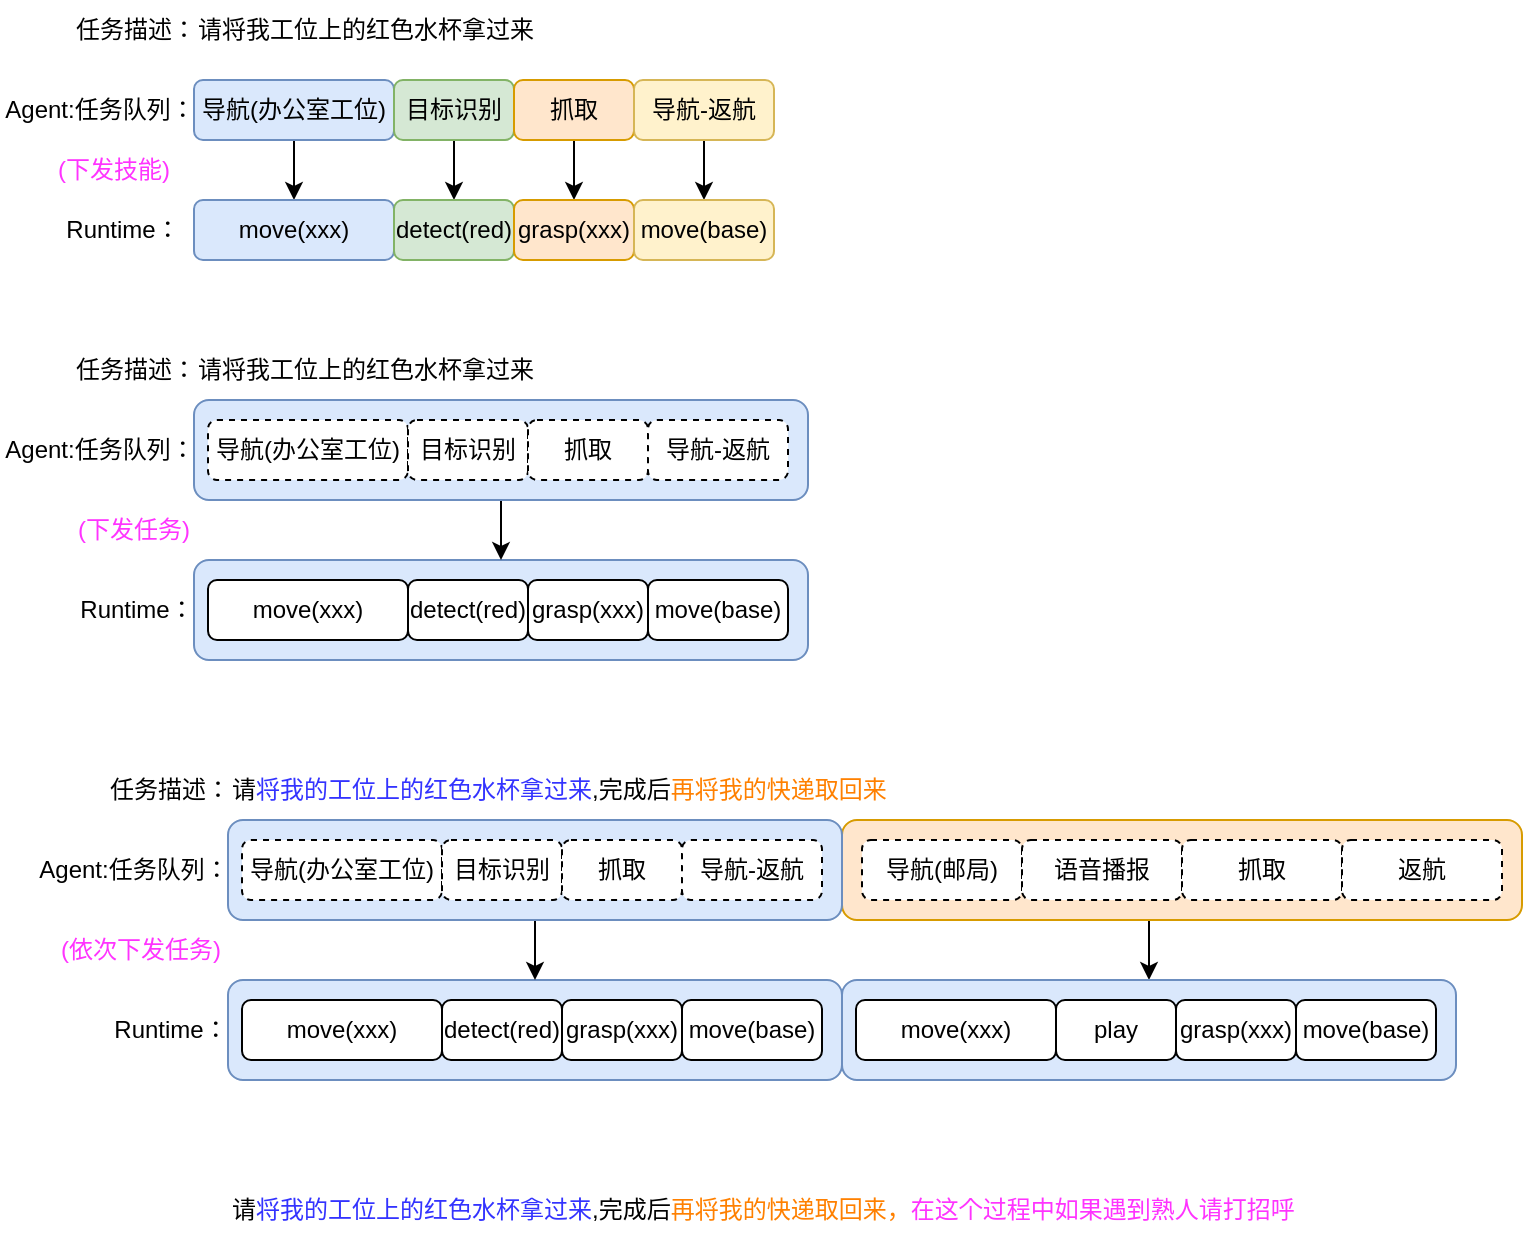
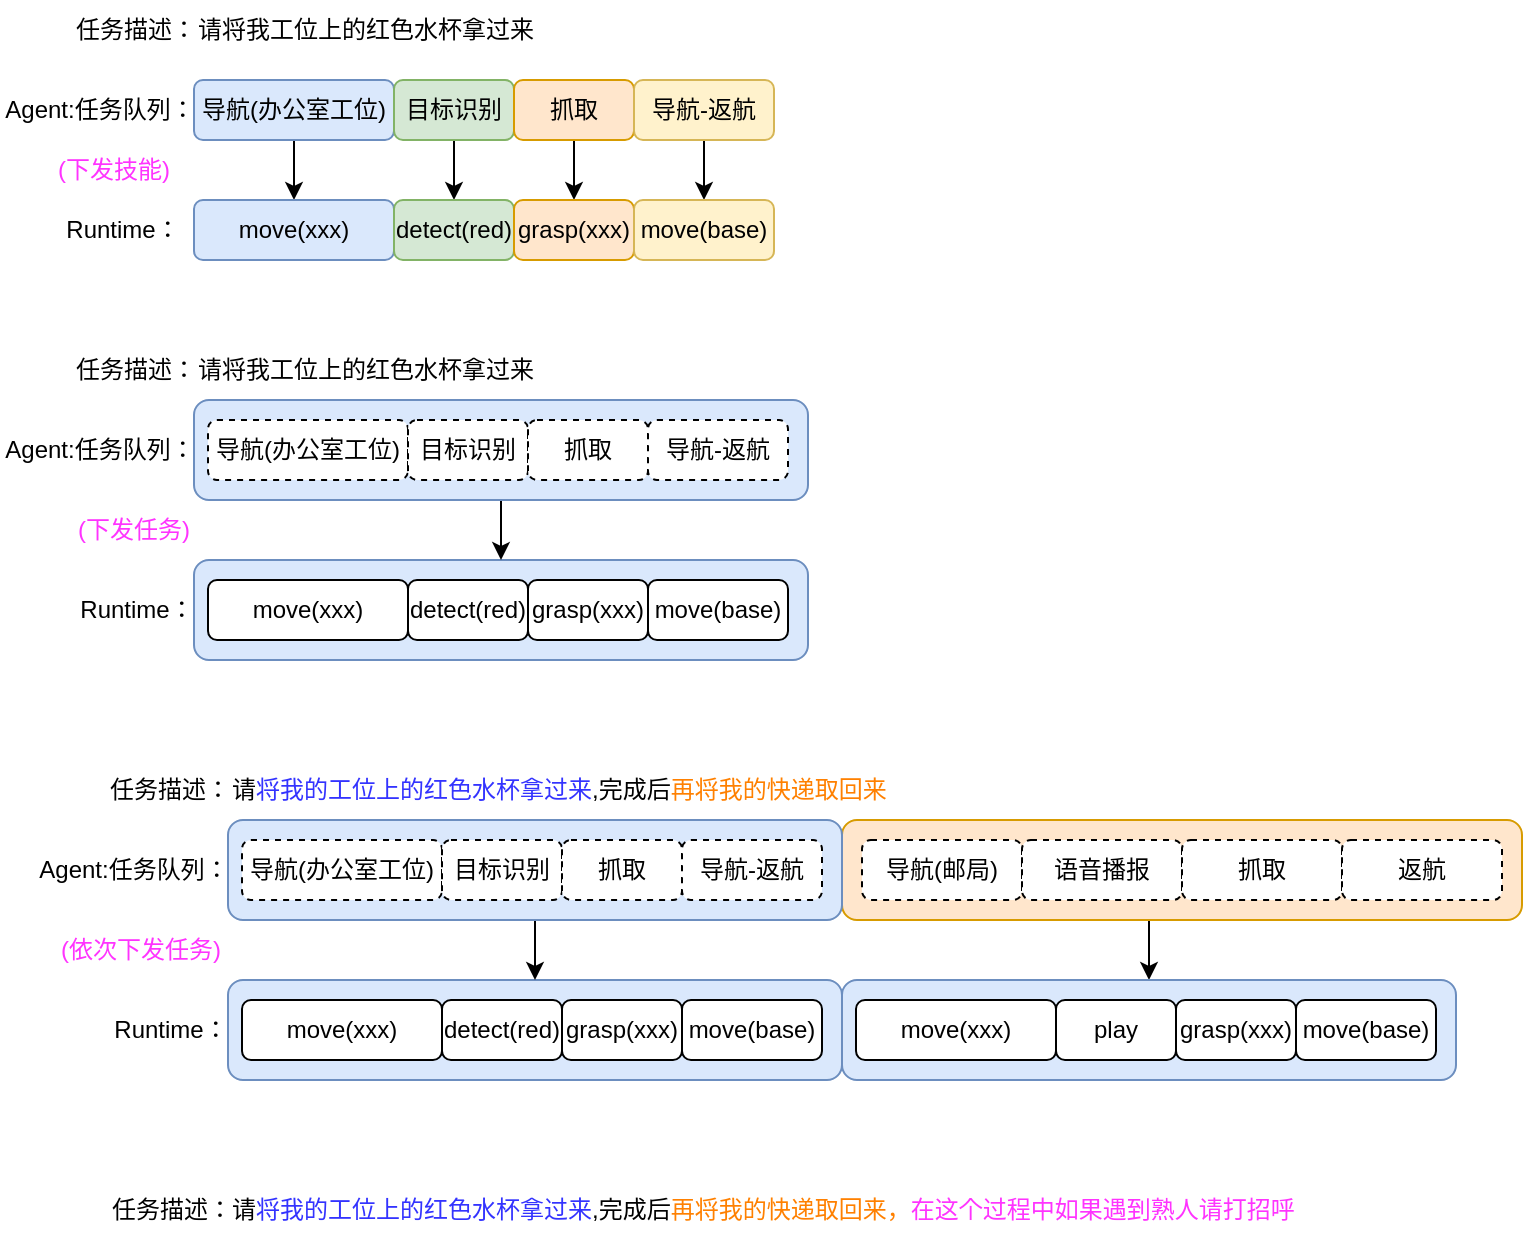
<mxfile host="app.diagrams.net">
  <diagram name="第 1 页" id="AqDmRzZVIJ-5uyctXJOA">
-     <mxGraphModel dx="927" dy="527" grid="1" gridSize="10" guides="1" tooltips="1" connect="1" arrows="1" fold="1" page="1" pageScale="1" pageWidth="2339" pageHeight="3300" math="0" shadow="0">
+     <mxGraphModel dx="1120" dy="637" grid="1" gridSize="10" guides="1" tooltips="1" connect="1" arrows="1" fold="1" page="1" pageScale="1" pageWidth="2339" pageHeight="3300" math="0" shadow="0">
      <root>
        <mxCell id="0" />
        <mxCell id="1" parent="0" />
        <mxCell id="TX6EBbOIm9mCNyf-wsjQ-69" edge="1" parent="1" source="TX6EBbOIm9mCNyf-wsjQ-63" style="edgeStyle=orthogonalEdgeStyle;rounded=0;orthogonalLoop=1;jettySize=auto;html=1;exitX=0.5;exitY=1;exitDx=0;exitDy=0;entryX=0.5;entryY=0;entryDx=0;entryDy=0;" target="TX6EBbOIm9mCNyf-wsjQ-64">
          <mxGeometry relative="1" as="geometry" />
        </mxCell>
        <mxCell id="TX6EBbOIm9mCNyf-wsjQ-63" parent="1" style="rounded=1;whiteSpace=wrap;html=1;fillColor=#ffe6cc;strokeColor=#d79b00;" value="" vertex="1">
          <mxGeometry height="50" width="340" x="444" y="740" as="geometry" />
        </mxCell>
        <mxCell id="TX6EBbOIm9mCNyf-wsjQ-37" parent="1" style="rounded=1;whiteSpace=wrap;html=1;fillColor=#dae8fc;strokeColor=#6c8ebf;" value="" vertex="1">
          <mxGeometry height="50" width="307" x="120" y="610" as="geometry" />
        </mxCell>
        <mxCell id="TX6EBbOIm9mCNyf-wsjQ-38" edge="1" parent="1" source="TX6EBbOIm9mCNyf-wsjQ-36" style="edgeStyle=orthogonalEdgeStyle;rounded=0;orthogonalLoop=1;jettySize=auto;html=1;exitX=0.5;exitY=1;exitDx=0;exitDy=0;entryX=0.5;entryY=0;entryDx=0;entryDy=0;" target="TX6EBbOIm9mCNyf-wsjQ-37">
          <mxGeometry relative="1" as="geometry" />
        </mxCell>
        <mxCell id="TX6EBbOIm9mCNyf-wsjQ-36" parent="1" style="rounded=1;whiteSpace=wrap;html=1;fillColor=#dae8fc;strokeColor=#6c8ebf;" value="" vertex="1">
          <mxGeometry height="50" width="307" x="120" y="530" as="geometry" />
        </mxCell>
        <mxCell id="TX6EBbOIm9mCNyf-wsjQ-15" edge="1" parent="1" source="TX6EBbOIm9mCNyf-wsjQ-1" style="edgeStyle=orthogonalEdgeStyle;rounded=0;orthogonalLoop=1;jettySize=auto;html=1;exitX=0.5;exitY=1;exitDx=0;exitDy=0;entryX=0.5;entryY=0;entryDx=0;entryDy=0;" target="TX6EBbOIm9mCNyf-wsjQ-11">
          <mxGeometry relative="1" as="geometry" />
        </mxCell>
        <mxCell id="TX6EBbOIm9mCNyf-wsjQ-1" parent="1" style="rounded=1;whiteSpace=wrap;html=1;fillColor=#dae8fc;strokeColor=#6c8ebf;" value="导航(办公室工位)" vertex="1">
          <mxGeometry height="30" width="100" x="120" y="370" as="geometry" />
        </mxCell>
        <mxCell id="TX6EBbOIm9mCNyf-wsjQ-2" parent="1" style="text;html=1;whiteSpace=wrap;strokeColor=none;fillColor=none;align=center;verticalAlign=middle;rounded=0;" value="Agent:任务队列：" vertex="1">
          <mxGeometry height="30" width="100" x="23" y="370" as="geometry" />
        </mxCell>
        <mxCell id="TX6EBbOIm9mCNyf-wsjQ-3" parent="1" style="text;html=1;whiteSpace=wrap;strokeColor=none;fillColor=none;align=center;verticalAlign=middle;rounded=0;" value="任务描述：" vertex="1">
          <mxGeometry height="30" width="70" x="56" y="330" as="geometry" />
        </mxCell>
        <mxCell id="TX6EBbOIm9mCNyf-wsjQ-4" parent="1" style="text;html=1;whiteSpace=wrap;strokeColor=none;fillColor=none;align=left;verticalAlign=middle;rounded=0;" value="请将我工位上的红色水杯拿过来" vertex="1">
          <mxGeometry height="30" width="220" x="120" y="330" as="geometry" />
        </mxCell>
        <mxCell id="TX6EBbOIm9mCNyf-wsjQ-16" edge="1" parent="1" source="TX6EBbOIm9mCNyf-wsjQ-5" style="edgeStyle=orthogonalEdgeStyle;rounded=0;orthogonalLoop=1;jettySize=auto;html=1;exitX=0.5;exitY=1;exitDx=0;exitDy=0;entryX=0.5;entryY=0;entryDx=0;entryDy=0;" target="TX6EBbOIm9mCNyf-wsjQ-12">
          <mxGeometry relative="1" as="geometry" />
        </mxCell>
        <mxCell id="TX6EBbOIm9mCNyf-wsjQ-5" parent="1" style="rounded=1;whiteSpace=wrap;html=1;fillColor=#d5e8d4;strokeColor=#82b366;" value="目标识别" vertex="1">
          <mxGeometry height="30" width="60" x="220" y="370" as="geometry" />
        </mxCell>
        <mxCell id="TX6EBbOIm9mCNyf-wsjQ-17" edge="1" parent="1" source="TX6EBbOIm9mCNyf-wsjQ-6" style="edgeStyle=orthogonalEdgeStyle;rounded=0;orthogonalLoop=1;jettySize=auto;html=1;exitX=0.5;exitY=1;exitDx=0;exitDy=0;entryX=0.5;entryY=0;entryDx=0;entryDy=0;" target="TX6EBbOIm9mCNyf-wsjQ-13">
          <mxGeometry relative="1" as="geometry" />
        </mxCell>
        <mxCell id="TX6EBbOIm9mCNyf-wsjQ-6" parent="1" style="rounded=1;whiteSpace=wrap;html=1;fillColor=#ffe6cc;strokeColor=#d79b00;" value="抓取" vertex="1">
          <mxGeometry height="30" width="60" x="280" y="370" as="geometry" />
        </mxCell>
        <mxCell id="TX6EBbOIm9mCNyf-wsjQ-18" edge="1" parent="1" source="TX6EBbOIm9mCNyf-wsjQ-7" style="edgeStyle=orthogonalEdgeStyle;rounded=0;orthogonalLoop=1;jettySize=auto;html=1;exitX=0.5;exitY=1;exitDx=0;exitDy=0;entryX=0.5;entryY=0;entryDx=0;entryDy=0;" target="TX6EBbOIm9mCNyf-wsjQ-14">
          <mxGeometry relative="1" as="geometry" />
        </mxCell>
        <mxCell id="TX6EBbOIm9mCNyf-wsjQ-7" parent="1" style="rounded=1;whiteSpace=wrap;html=1;fillColor=#fff2cc;strokeColor=#d6b656;" value="导航-返航" vertex="1">
          <mxGeometry height="30" width="70" x="340" y="370" as="geometry" />
        </mxCell>
        <mxCell id="TX6EBbOIm9mCNyf-wsjQ-8" parent="1" style="text;html=1;whiteSpace=wrap;strokeColor=none;fillColor=none;align=center;verticalAlign=middle;rounded=0;" value="Runtime：" vertex="1">
          <mxGeometry height="30" width="57" x="56" y="430" as="geometry" />
        </mxCell>
        <mxCell id="TX6EBbOIm9mCNyf-wsjQ-11" parent="1" style="rounded=1;whiteSpace=wrap;html=1;fillColor=#dae8fc;strokeColor=#6c8ebf;" value="move(xxx)" vertex="1">
          <mxGeometry height="30" width="100" x="120" y="430" as="geometry" />
        </mxCell>
        <mxCell id="TX6EBbOIm9mCNyf-wsjQ-12" parent="1" style="rounded=1;whiteSpace=wrap;html=1;fillColor=#d5e8d4;strokeColor=#82b366;" value="detect(red)" vertex="1">
          <mxGeometry height="30" width="60" x="220" y="430" as="geometry" />
        </mxCell>
        <mxCell id="TX6EBbOIm9mCNyf-wsjQ-13" parent="1" style="rounded=1;whiteSpace=wrap;html=1;fillColor=#ffe6cc;strokeColor=#d79b00;" value="grasp(xxx)" vertex="1">
          <mxGeometry height="30" width="60" x="280" y="430" as="geometry" />
        </mxCell>
        <mxCell id="TX6EBbOIm9mCNyf-wsjQ-14" parent="1" style="rounded=1;whiteSpace=wrap;html=1;fillColor=#fff2cc;strokeColor=#d6b656;" value="move(base)" vertex="1">
          <mxGeometry height="30" width="70" x="340" y="430" as="geometry" />
        </mxCell>
        <mxCell id="TX6EBbOIm9mCNyf-wsjQ-19" parent="1" style="text;html=1;whiteSpace=wrap;strokeColor=none;fillColor=none;align=left;verticalAlign=middle;rounded=0;" value="请将我工位上的红色水杯拿过来" vertex="1">
          <mxGeometry height="30" width="220" x="120" y="500" as="geometry" />
        </mxCell>
        <mxCell id="TX6EBbOIm9mCNyf-wsjQ-20" parent="1" style="text;html=1;whiteSpace=wrap;strokeColor=none;fillColor=none;align=center;verticalAlign=middle;rounded=0;" value="任务描述：" vertex="1">
          <mxGeometry height="30" width="70" x="56" y="500" as="geometry" />
        </mxCell>
        <mxCell id="TX6EBbOIm9mCNyf-wsjQ-22" parent="1" style="rounded=1;whiteSpace=wrap;html=1;dashed=1;" value="导航(办公室工位)" vertex="1">
          <mxGeometry height="30" width="100" x="127" y="540" as="geometry" />
        </mxCell>
        <mxCell id="TX6EBbOIm9mCNyf-wsjQ-23" parent="1" style="text;html=1;whiteSpace=wrap;strokeColor=none;fillColor=none;align=center;verticalAlign=middle;rounded=0;" value="Agent:任务队列：" vertex="1">
          <mxGeometry height="30" width="100" x="23" y="540" as="geometry" />
        </mxCell>
        <mxCell id="TX6EBbOIm9mCNyf-wsjQ-25" parent="1" style="rounded=1;whiteSpace=wrap;html=1;dashed=1;" value="目标识别" vertex="1">
          <mxGeometry height="30" width="60" x="227" y="540" as="geometry" />
        </mxCell>
        <mxCell id="TX6EBbOIm9mCNyf-wsjQ-27" parent="1" style="rounded=1;whiteSpace=wrap;html=1;dashed=1;" value="抓取" vertex="1">
          <mxGeometry height="30" width="60" x="287" y="540" as="geometry" />
        </mxCell>
        <mxCell id="TX6EBbOIm9mCNyf-wsjQ-29" parent="1" style="rounded=1;whiteSpace=wrap;html=1;dashed=1;" value="导航-返航" vertex="1">
          <mxGeometry height="30" width="70" x="347" y="540" as="geometry" />
        </mxCell>
        <mxCell id="TX6EBbOIm9mCNyf-wsjQ-30" parent="1" style="text;html=1;whiteSpace=wrap;strokeColor=none;fillColor=none;align=center;verticalAlign=middle;rounded=0;" value="Runtime：" vertex="1">
          <mxGeometry height="30" width="57" x="62.5" y="620" as="geometry" />
        </mxCell>
        <mxCell id="TX6EBbOIm9mCNyf-wsjQ-31" parent="1" style="rounded=1;whiteSpace=wrap;html=1;" value="move(xxx)" vertex="1">
          <mxGeometry height="30" width="100" x="127" y="620" as="geometry" />
        </mxCell>
        <mxCell id="TX6EBbOIm9mCNyf-wsjQ-32" parent="1" style="rounded=1;whiteSpace=wrap;html=1;" value="detect(red)" vertex="1">
          <mxGeometry height="30" width="60" x="227" y="620" as="geometry" />
        </mxCell>
        <mxCell id="TX6EBbOIm9mCNyf-wsjQ-33" parent="1" style="rounded=1;whiteSpace=wrap;html=1;" value="grasp(xxx)" vertex="1">
          <mxGeometry height="30" width="60" x="287" y="620" as="geometry" />
        </mxCell>
        <mxCell id="TX6EBbOIm9mCNyf-wsjQ-34" parent="1" style="rounded=1;whiteSpace=wrap;html=1;" value="move(base)" vertex="1">
          <mxGeometry height="30" width="70" x="347" y="620" as="geometry" />
        </mxCell>
        <mxCell id="TX6EBbOIm9mCNyf-wsjQ-35" parent="1" style="text;html=1;whiteSpace=wrap;strokeColor=none;fillColor=none;align=center;verticalAlign=middle;rounded=0;fontColor=#FF33FF;" value="(下发技能)" vertex="1">
          <mxGeometry height="30" width="60" x="50" y="400" as="geometry" />
        </mxCell>
        <mxCell id="TX6EBbOIm9mCNyf-wsjQ-39" parent="1" style="text;html=1;whiteSpace=wrap;strokeColor=none;fillColor=none;align=center;verticalAlign=middle;rounded=0;fontColor=#FF33FF;" value="(下发任务)" vertex="1">
          <mxGeometry height="30" width="60" x="59.5" y="580" as="geometry" />
        </mxCell>
        <mxCell id="TX6EBbOIm9mCNyf-wsjQ-40" parent="1" style="rounded=1;whiteSpace=wrap;html=1;fillColor=#dae8fc;strokeColor=#6c8ebf;" value="" vertex="1">
          <mxGeometry height="50" width="307" x="137" y="820" as="geometry" />
        </mxCell>
        <mxCell id="TX6EBbOIm9mCNyf-wsjQ-41" edge="1" parent="1" source="TX6EBbOIm9mCNyf-wsjQ-42" style="edgeStyle=orthogonalEdgeStyle;rounded=0;orthogonalLoop=1;jettySize=auto;html=1;exitX=0.5;exitY=1;exitDx=0;exitDy=0;entryX=0.5;entryY=0;entryDx=0;entryDy=0;" target="TX6EBbOIm9mCNyf-wsjQ-40">
          <mxGeometry relative="1" as="geometry" />
        </mxCell>
        <mxCell id="TX6EBbOIm9mCNyf-wsjQ-42" parent="1" style="rounded=1;whiteSpace=wrap;html=1;fillColor=#dae8fc;strokeColor=#6c8ebf;" value="" vertex="1">
          <mxGeometry height="50" width="307" x="137" y="740" as="geometry" />
        </mxCell>
        <mxCell id="TX6EBbOIm9mCNyf-wsjQ-43" parent="1" style="text;html=1;whiteSpace=wrap;strokeColor=none;fillColor=none;align=left;verticalAlign=middle;rounded=0;" value="请&lt;font style=&quot;color: rgb(51, 51, 255);&quot;&gt;将我的工位上的红色水杯拿过来&lt;/font&gt;,完成后&lt;font style=&quot;color: rgb(255, 128, 0);&quot;&gt;再将我的快递取回来&lt;/font&gt;" vertex="1">
          <mxGeometry height="30" width="373" x="137" y="710" as="geometry" />
        </mxCell>
        <mxCell id="TX6EBbOIm9mCNyf-wsjQ-44" parent="1" style="text;html=1;whiteSpace=wrap;strokeColor=none;fillColor=none;align=center;verticalAlign=middle;rounded=0;" value="任务描述：" vertex="1">
          <mxGeometry height="30" width="70" x="73" y="710" as="geometry" />
        </mxCell>
        <mxCell id="TX6EBbOIm9mCNyf-wsjQ-45" parent="1" style="rounded=1;whiteSpace=wrap;html=1;dashed=1;" value="导航(办公室工位)" vertex="1">
          <mxGeometry height="30" width="100" x="144" y="750" as="geometry" />
        </mxCell>
        <mxCell id="TX6EBbOIm9mCNyf-wsjQ-46" parent="1" style="text;html=1;whiteSpace=wrap;strokeColor=none;fillColor=none;align=center;verticalAlign=middle;rounded=0;" value="Agent:任务队列：" vertex="1">
          <mxGeometry height="30" width="100" x="40" y="750" as="geometry" />
        </mxCell>
        <mxCell id="TX6EBbOIm9mCNyf-wsjQ-47" parent="1" style="rounded=1;whiteSpace=wrap;html=1;dashed=1;" value="目标识别" vertex="1">
          <mxGeometry height="30" width="60" x="244" y="750" as="geometry" />
        </mxCell>
        <mxCell id="TX6EBbOIm9mCNyf-wsjQ-48" parent="1" style="rounded=1;whiteSpace=wrap;html=1;dashed=1;" value="抓取" vertex="1">
          <mxGeometry height="30" width="60" x="304" y="750" as="geometry" />
        </mxCell>
        <mxCell id="TX6EBbOIm9mCNyf-wsjQ-49" parent="1" style="rounded=1;whiteSpace=wrap;html=1;dashed=1;" value="导航-返航" vertex="1">
          <mxGeometry height="30" width="70" x="364" y="750" as="geometry" />
        </mxCell>
        <mxCell id="TX6EBbOIm9mCNyf-wsjQ-50" parent="1" style="text;html=1;whiteSpace=wrap;strokeColor=none;fillColor=none;align=center;verticalAlign=middle;rounded=0;" value="Runtime：" vertex="1">
          <mxGeometry height="30" width="57" x="79.5" y="830" as="geometry" />
        </mxCell>
        <mxCell id="TX6EBbOIm9mCNyf-wsjQ-51" parent="1" style="rounded=1;whiteSpace=wrap;html=1;" value="move(xxx)" vertex="1">
          <mxGeometry height="30" width="100" x="144" y="830" as="geometry" />
        </mxCell>
        <mxCell id="TX6EBbOIm9mCNyf-wsjQ-52" parent="1" style="rounded=1;whiteSpace=wrap;html=1;" value="detect(red)" vertex="1">
          <mxGeometry height="30" width="60" x="244" y="830" as="geometry" />
        </mxCell>
        <mxCell id="TX6EBbOIm9mCNyf-wsjQ-53" parent="1" style="rounded=1;whiteSpace=wrap;html=1;" value="grasp(xxx)" vertex="1">
          <mxGeometry height="30" width="60" x="304" y="830" as="geometry" />
        </mxCell>
        <mxCell id="TX6EBbOIm9mCNyf-wsjQ-54" parent="1" style="rounded=1;whiteSpace=wrap;html=1;" value="move(base)" vertex="1">
          <mxGeometry height="30" width="70" x="364" y="830" as="geometry" />
        </mxCell>
        <mxCell id="TX6EBbOIm9mCNyf-wsjQ-55" parent="1" style="text;html=1;whiteSpace=wrap;strokeColor=none;fillColor=none;align=center;verticalAlign=middle;rounded=0;fontColor=#FF33FF;" value="(依次下发任务)" vertex="1">
          <mxGeometry height="30" width="86.5" x="50" y="790" as="geometry" />
        </mxCell>
        <mxCell id="TX6EBbOIm9mCNyf-wsjQ-56" parent="1" style="rounded=1;whiteSpace=wrap;html=1;dashed=1;" value="导航(邮局)" vertex="1">
          <mxGeometry height="30" width="80" x="454" y="750" as="geometry" />
        </mxCell>
        <mxCell id="TX6EBbOIm9mCNyf-wsjQ-60" parent="1" style="rounded=1;whiteSpace=wrap;html=1;dashed=1;" value="语音播报" vertex="1">
          <mxGeometry height="30" width="80" x="534" y="750" as="geometry" />
        </mxCell>
        <mxCell id="TX6EBbOIm9mCNyf-wsjQ-61" parent="1" style="rounded=1;whiteSpace=wrap;html=1;dashed=1;" value="抓取" vertex="1">
          <mxGeometry height="30" width="80" x="614" y="750" as="geometry" />
        </mxCell>
        <mxCell id="TX6EBbOIm9mCNyf-wsjQ-62" parent="1" style="rounded=1;whiteSpace=wrap;html=1;dashed=1;" value="返航" vertex="1">
          <mxGeometry height="30" width="80" x="694" y="750" as="geometry" />
        </mxCell>
        <mxCell id="TX6EBbOIm9mCNyf-wsjQ-64" parent="1" style="rounded=1;whiteSpace=wrap;html=1;fillColor=#dae8fc;strokeColor=#6c8ebf;" value="" vertex="1">
          <mxGeometry height="50" width="307" x="444" y="820" as="geometry" />
        </mxCell>
        <mxCell id="TX6EBbOIm9mCNyf-wsjQ-65" parent="1" style="rounded=1;whiteSpace=wrap;html=1;" value="move(xxx)" vertex="1">
          <mxGeometry height="30" width="100" x="451" y="830" as="geometry" />
        </mxCell>
        <mxCell id="TX6EBbOIm9mCNyf-wsjQ-66" parent="1" style="rounded=1;whiteSpace=wrap;html=1;" value="play" vertex="1">
          <mxGeometry height="30" width="60" x="551" y="830" as="geometry" />
        </mxCell>
        <mxCell id="TX6EBbOIm9mCNyf-wsjQ-67" parent="1" style="rounded=1;whiteSpace=wrap;html=1;" value="grasp(xxx)" vertex="1">
          <mxGeometry height="30" width="60" x="611" y="830" as="geometry" />
        </mxCell>
        <mxCell id="TX6EBbOIm9mCNyf-wsjQ-68" parent="1" style="rounded=1;whiteSpace=wrap;html=1;" value="move(base)" vertex="1">
          <mxGeometry height="30" width="70" x="671" y="830" as="geometry" />
        </mxCell>
        <mxCell id="TX6EBbOIm9mCNyf-wsjQ-70" parent="1" style="text;html=1;whiteSpace=wrap;strokeColor=none;fillColor=none;align=left;verticalAlign=middle;rounded=0;" value="请&lt;font style=&quot;color: rgb(51, 51, 255);&quot;&gt;将我的工位上的红色水杯拿过来&lt;/font&gt;,完成后&lt;font style=&quot;color: rgb(255, 128, 0);&quot;&gt;再将我的快递取回来，&lt;/font&gt;&lt;font style=&quot;color: rgb(255, 51, 255);&quot;&gt;在这个过程中如果遇到熟人请打招呼&lt;/font&gt;" vertex="1">
          <mxGeometry height="30" width="583" x="137" y="920" as="geometry" />
        </mxCell>
+         <mxCell id="TX6EBbOIm9mCNyf-wsjQ-71" parent="1" style="text;html=1;whiteSpace=wrap;strokeColor=none;fillColor=none;align=center;verticalAlign=middle;rounded=0;" value="任务描述：" vertex="1">
+           <mxGeometry height="30" width="70" x="74" y="920" as="geometry" />
+         </mxCell>
      </root>
    </mxGraphModel>
  </diagram>
</mxfile>
